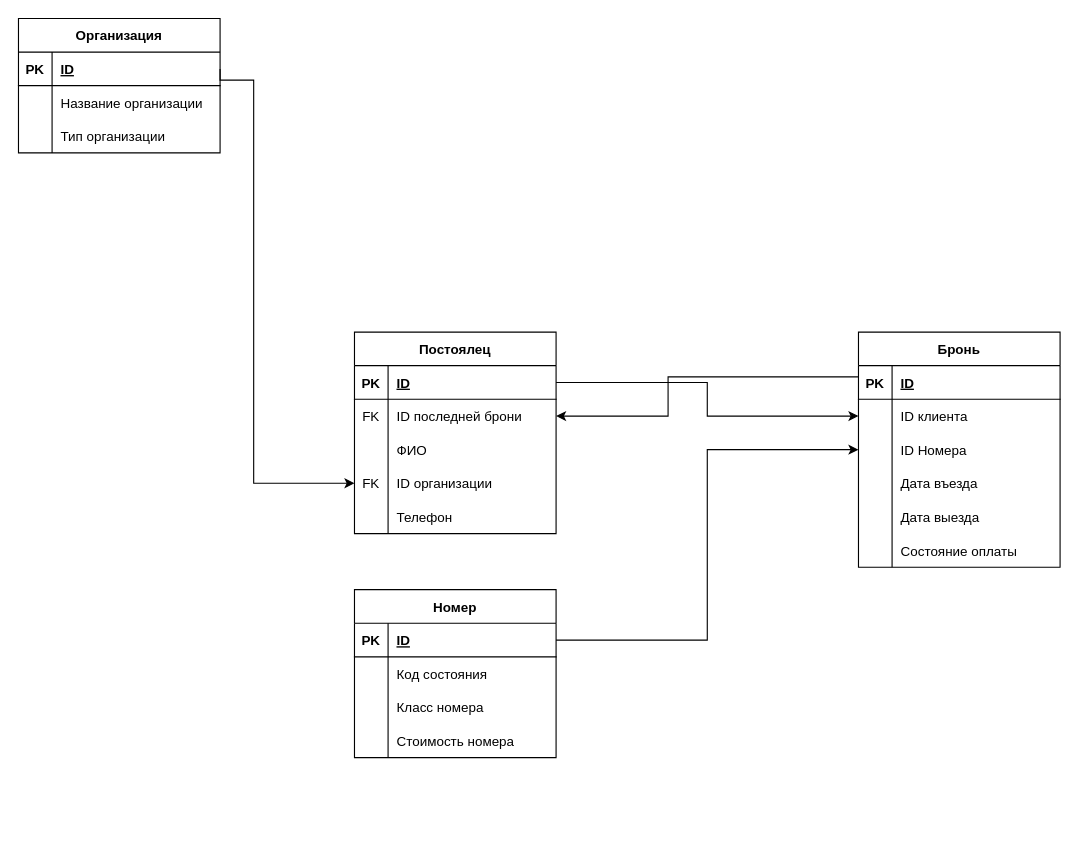
Earlier version of the draw.io diagram Kostylev_Hostel.drawio (Haxersociety/DataBase_Hostel). Source tidied: cells renumbered, new cells numbered last; positions are measured from the earlier drawing's top-left corner, leaving out a move shared by most shapes. Both pictures are drawn from the tidied source at 112%, with x=0, y=0 at pixel (18, 18).
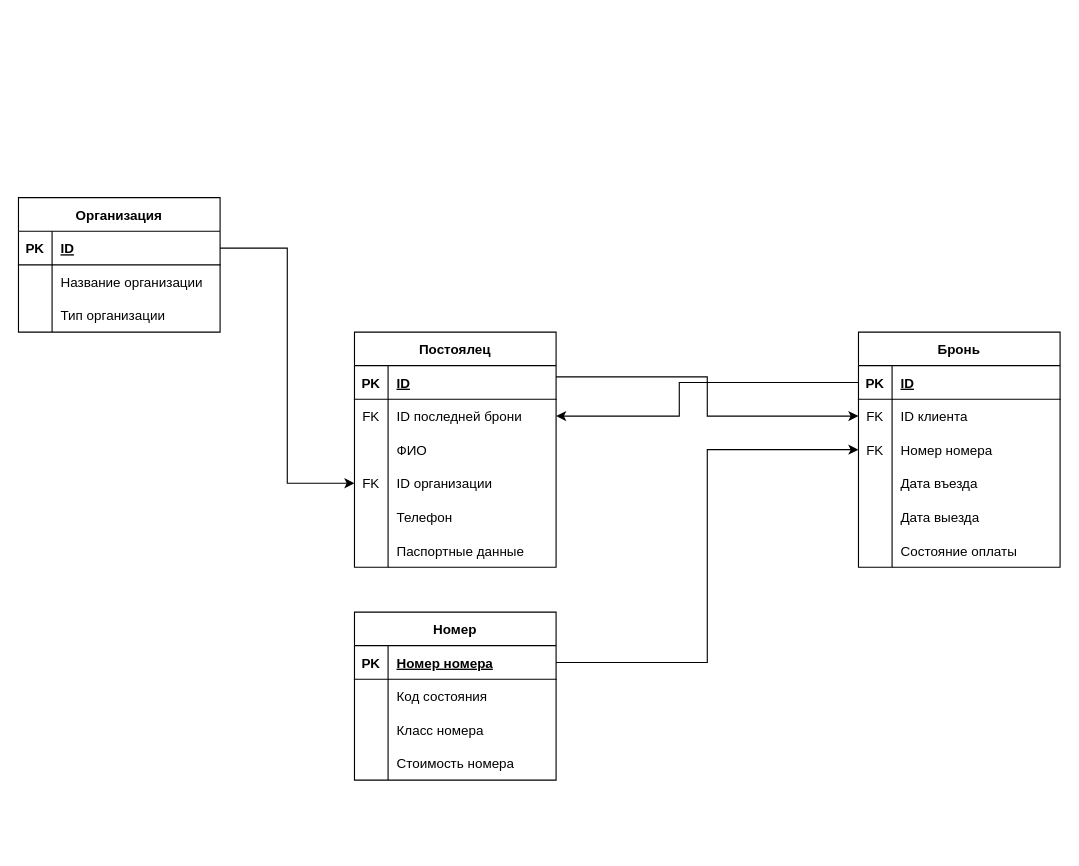
The same page after the edit.

The change refers to these unchanged cells:
```xml
<mxCell id="3" style="shape=tableRow;horizontal=0;startSize=0;swimlaneHead=0;swimlaneBody=0;fillColor=none;points=[[0,0.5],[1,0.5]];portConstraint=eastwest;top=0;left=0;right=0;bottom=1;" parent="2" vertex="1">
  <mxGeometry y="30" width="180" height="30" as="geometry" />
</mxCell>
<mxCell id="6" style="shape=tableRow;horizontal=0;startSize=0;swimlaneHead=0;swimlaneBody=0;fillColor=none;points=[[0,0.5],[1,0.5]];portConstraint=eastwest;top=0;left=0;right=0;bottom=0;" parent="2" vertex="1">
  <mxGeometry y="60" width="180" height="30" as="geometry" />
</mxCell>
<mxCell id="12" style="shape=tableRow;horizontal=0;startSize=0;swimlaneHead=0;swimlaneBody=0;fillColor=none;points=[[0,0.5],[1,0.5]];portConstraint=eastwest;top=0;left=0;right=0;bottom=0;" parent="2" vertex="1">
  <mxGeometry y="120" width="180" height="30" as="geometry" />
</mxCell>
<mxCell id="23" style="shape=tableRow;horizontal=0;startSize=0;swimlaneHead=0;swimlaneBody=0;fillColor=none;points=[[0,0.5],[1,0.5]];portConstraint=eastwest;top=0;left=0;right=0;bottom=1;" parent="22" vertex="1">
  <mxGeometry y="30" width="180" height="30" as="geometry" />
</mxCell>
<mxCell id="36" style="shape=tableRow;horizontal=0;startSize=0;swimlaneHead=0;swimlaneBody=0;fillColor=none;points=[[0,0.5],[1,0.5]];portConstraint=eastwest;top=0;left=0;right=0;bottom=1;" parent="35" vertex="1">
  <mxGeometry y="30" width="180" height="30" as="geometry" />
</mxCell>
<mxCell id="39" style="shape=tableRow;horizontal=0;startSize=0;swimlaneHead=0;swimlaneBody=0;fillColor=none;points=[[0,0.5],[1,0.5]];portConstraint=eastwest;top=0;left=0;right=0;bottom=0;" parent="35" vertex="1">
  <mxGeometry y="60" width="180" height="30" as="geometry" />
</mxCell>
<mxCell id="42" style="shape=tableRow;horizontal=0;startSize=0;swimlaneHead=0;swimlaneBody=0;fillColor=none;points=[[0,0.5],[1,0.5]];portConstraint=eastwest;top=0;left=0;right=0;bottom=0;" parent="35" vertex="1">
  <mxGeometry y="90" width="180" height="30" as="geometry" />
</mxCell>
<mxCell id="55" style="shape=tableRow;horizontal=0;startSize=0;swimlaneHead=0;swimlaneBody=0;fillColor=none;points=[[0,0.5],[1,0.5]];portConstraint=eastwest;top=0;left=0;right=0;bottom=1;" parent="54" vertex="1">
  <mxGeometry y="30" width="180" height="30" as="geometry" />
</mxCell>
```

The edit, as a diff of the source:
```diff
@@
     <mxCell id="2" value="Постоялец" style="shape=table;startSize=30;childLayout=tableLayout;rowLines=0;fontStyle=1;align=center;" parent="1" vertex="1">
-      <mxGeometry x="300" y="280" width="180" height="180" as="geometry" />
+      <mxGeometry x="300" y="280" width="180" height="210" as="geometry" />
     </mxCell>
@@
+    <mxCell id="68" style="shape=tableRow;horizontal=0;startSize=0;swimlaneHead=0;swimlaneBody=0;fillColor=none;top=0;left=0;right=0;bottom=0;" parent="2" vertex="1">
+      <mxGeometry y="180" width="180" height="30" as="geometry" />
+    </mxCell>
+    <mxCell id="69" style="shape=partialRectangle;fillColor=none;top=0;left=0;bottom=0;right=0;overflow=hidden;" parent="68" vertex="1">
+      <mxGeometry width="30" height="30" as="geometry" />
+    </mxCell>
+    <mxCell id="70" value="Паспортные данные" style="shape=partialRectangle;fillColor=none;top=0;left=0;bottom=0;right=0;align=left;spacingLeft=6;overflow=hidden;" parent="68" vertex="1">
+      <mxGeometry x="30" width="150" height="30" as="geometry" />
+    </mxCell>
@@
     <mxCell id="22" value="Номер" style="shape=table;startSize=30;childLayout=tableLayout;rowLines=0;fontStyle=1;align=center;" parent="1" vertex="1">
-      <mxGeometry x="300" y="510" width="180" height="150" as="geometry" />
+      <mxGeometry x="300" y="530" width="180" height="150" as="geometry" />
     </mxCell>
@@
-    <mxCell id="25" value="ID" style="shape=partialRectangle;fillColor=none;top=0;left=0;bottom=0;right=0;align=left;spacingLeft=6;fontStyle=5;overflow=hidden;" parent="23" vertex="1">
+    <mxCell id="25" value="Номер номера" style="shape=partialRectangle;fillColor=none;top=0;left=0;bottom=0;right=0;align=left;spacingLeft=6;fontStyle=5;overflow=hidden;" parent="23" vertex="1">
       <mxGeometry x="30" width="150" height="30" as="geometry" />
     </mxCell>
@@
-    <mxCell id="40" style="shape=partialRectangle;fillColor=none;top=0;left=0;bottom=0;right=0;overflow=hidden;" parent="39" vertex="1">
+    <mxCell id="40" value="FK" style="shape=partialRectangle;fillColor=none;top=0;left=0;bottom=0;right=0;overflow=hidden;" parent="39" vertex="1">
       <mxGeometry width="30" height="30" as="geometry" />
     </mxCell>
@@
-    <mxCell id="43" style="shape=partialRectangle;fillColor=none;top=0;left=0;bottom=0;right=0;overflow=hidden;" parent="42" vertex="1">
+    <mxCell id="43" value="FK" style="shape=partialRectangle;fillColor=none;top=0;left=0;bottom=0;right=0;overflow=hidden;" parent="42" vertex="1">
       <mxGeometry width="30" height="30" as="geometry" />
     </mxCell>
-    <mxCell id="44" value="ID Номера" style="shape=partialRectangle;fillColor=none;top=0;left=0;bottom=0;right=0;align=left;spacingLeft=6;overflow=hidden;" parent="42" vertex="1">
+    <mxCell id="44" value="Номер номера" style="shape=partialRectangle;fillColor=none;top=0;left=0;bottom=0;right=0;align=left;spacingLeft=6;overflow=hidden;" parent="42" vertex="1">
       <mxGeometry x="30" width="150" height="30" as="geometry" />
     </mxCell>
@@
     <mxCell id="54" value="Организация" style="shape=table;startSize=30;childLayout=tableLayout;rowLines=0;fontStyle=1;align=center;" parent="1" vertex="1">
-      <mxGeometry width="180" height="120" as="geometry" />
+      <mxGeometry y="160" width="180" height="120" as="geometry" />
     </mxCell>
@@
+    <mxCell id="65" style="edgeStyle=orthogonalEdgeStyle;rounded=0;jettySize=auto;html=1;entryX=0;entryY=0.5;entryDx=0;entryDy=0;" parent="1" edge="1" source="3" target="39">
+      <mxGeometry relative="1" as="geometry">
+        <Array as="points">
+          <mxPoint x="615" y="320" />
+          <mxPoint x="615" y="355" />
+        </Array>
+      </mxGeometry>
+    </mxCell>
+    <mxCell id="67" style="edgeStyle=orthogonalEdgeStyle;rounded=0;jettySize=auto;html=1;" parent="1" edge="1" source="23" target="42">
+      <mxGeometry relative="1" as="geometry" />
+    </mxCell>
+    <mxCell id="66" style="edgeStyle=orthogonalEdgeStyle;rounded=0;jettySize=auto;html=1;entryX=1;entryY=0.5;entryDx=0;entryDy=0;" parent="1" edge="1" source="36" target="6">
+      <mxGeometry relative="1" as="geometry">
+        <Array as="points">
+          <mxPoint x="590" y="325" />
+          <mxPoint x="590" y="355" />
+        </Array>
+      </mxGeometry>
+    </mxCell>
-    <mxCell id="64" style="edgeStyle=orthogonalEdgeStyle;rounded=0;jettySize=auto;html=1;entryX=0;entryY=0.5;entryDx=0;entryDy=0;exitX=1;exitY=0.5;exitDx=0;exitDy=0;" parent="1" edge="1" source="55" target="12">
-      <mxGeometry relative="1" as="geometry">
-        <Array as="points">
-          <mxPoint x="180" y="55" />
-          <mxPoint x="210" y="55" />
-          <mxPoint x="210" y="415" />
-        </Array>
-      </mxGeometry>
+    <mxCell id="64" style="edgeStyle=orthogonalEdgeStyle;rounded=0;jettySize=auto;html=1;entryX=0;entryY=0.5;entryDx=0;entryDy=0;" parent="1" edge="1" source="55" target="12">
+      <mxGeometry relative="1" as="geometry" />
     </mxCell>
-    <mxCell id="65" style="edgeStyle=orthogonalEdgeStyle;rounded=0;jettySize=auto;html=1;entryX=0;entryY=0.5;entryDx=0;entryDy=0;" parent="1" edge="1" source="3" target="39">
-      <mxGeometry relative="1" as="geometry" />
-    </mxCell>
-    <mxCell id="66" style="edgeStyle=orthogonalEdgeStyle;rounded=0;jettySize=auto;html=1;entryX=1;entryY=0.5;entryDx=0;entryDy=0;" parent="1" edge="1" source="36" target="6">
-      <mxGeometry relative="1" as="geometry">
-        <Array as="points">
-          <mxPoint x="580" y="320" />
-          <mxPoint x="580" y="355" />
-        </Array>
-      </mxGeometry>
-    </mxCell>
-    <mxCell id="67" style="edgeStyle=orthogonalEdgeStyle;rounded=0;jettySize=auto;html=1;" parent="1" edge="1" source="23" target="42">
-      <mxGeometry relative="1" as="geometry" />
-    </mxCell>
```
